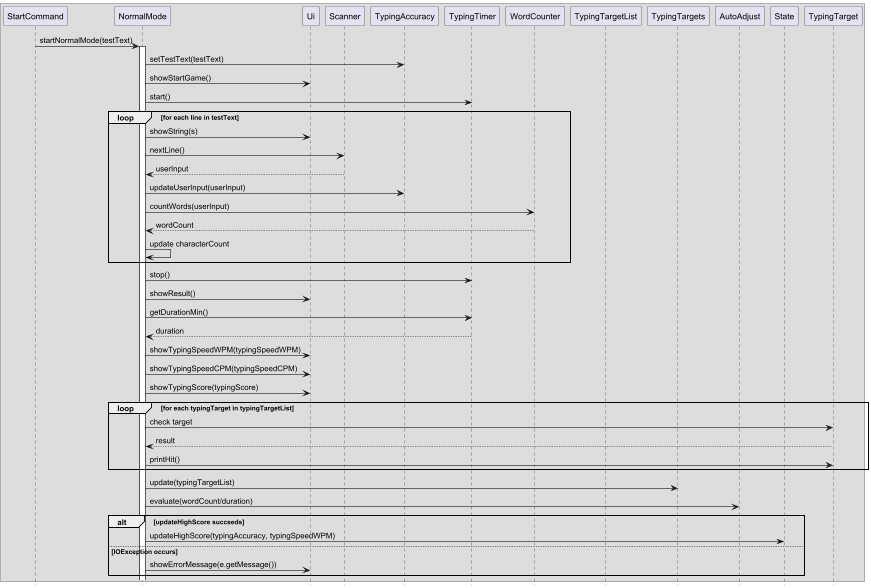
The PlantUML diagram docs/images/SeqDiagramNormalMode.png in AY2425S2-CS2113-F13-2/tp, before a commit.
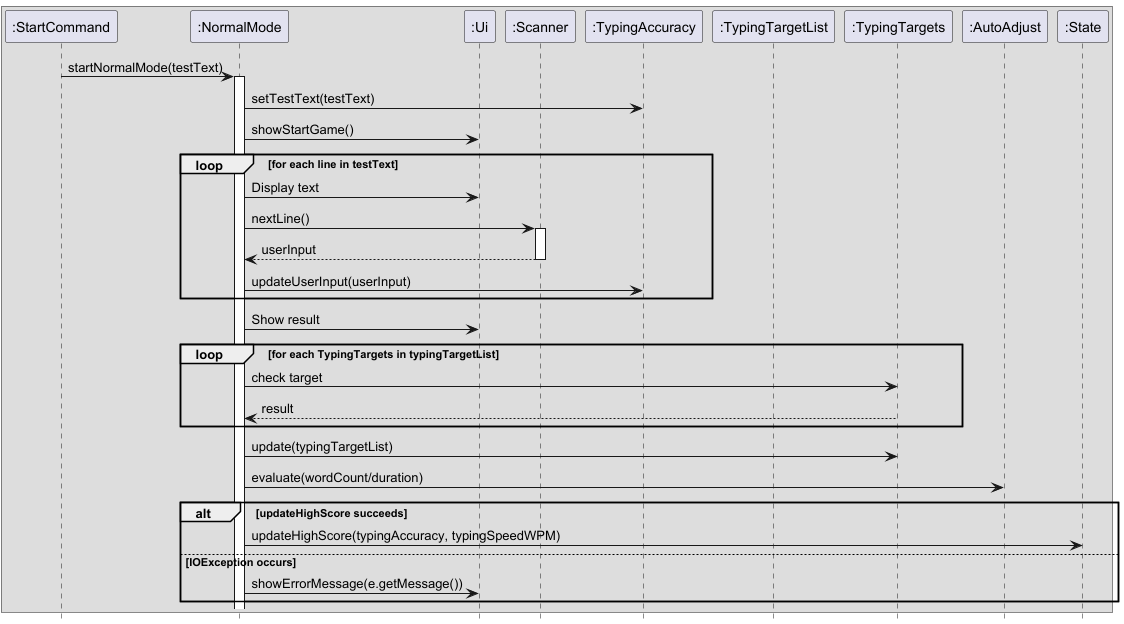
Above is the later version.

Commit message:
added class diagram for Command, simplified sequence diagram, edited the order of implementation part in DG

The edit, as a diff of the source:
```diff
@@ -2,47 +2,35 @@
 hide footbox
 
 box
-participant "StartCommand" as StartCommand
-participant "NormalMode" as NormalMode
-participant "Ui" as Ui
-participant "Scanner" as Scanner
-participant "TypingAccuracy" as TypingAccuracy
-participant "TypingTimer" as TypingTimer
-participant "WordCounter" as WordCounter
-participant "TypingTargetList" as TypingTargetList
-participant "TypingTargets" as TypingTargets
-participant "AutoAdjust" as AutoAdjust
-participant "State" as State
+participant ":StartCommand" as StartCommand
+participant ":NormalMode" as NormalMode
+participant ":Ui" as Ui
+participant ":Scanner" as Scanner
+participant ":TypingAccuracy" as TypingAccuracy
+participant ":TypingTargetList" as TypingTargetList
+participant ":TypingTargets" as TypingTargets
+participant ":AutoAdjust" as AutoAdjust
+participant ":State" as State
 
 StartCommand -> NormalMode : startNormalMode(testText)
 activate NormalMode
 NormalMode -> TypingAccuracy : setTestText(testText)
 NormalMode -> Ui : showStartGame()
-NormalMode -> TypingTimer : start()
 
 loop for each line in testText
-    NormalMode -> Ui : showString(s)
+    NormalMode -> Ui : Display text
     NormalMode -> Scanner : nextLine()
+    activate "Scanner"
     Scanner --> NormalMode : userInput
+    deactivate "Scanner"
     NormalMode -> TypingAccuracy : updateUserInput(userInput)
-    NormalMode -> WordCounter : countWords(userInput)
-    WordCounter --> NormalMode : wordCount
-    NormalMode -> NormalMode : update characterCount
 end
 
-NormalMode -> TypingTimer : stop()
-NormalMode -> Ui : showResult()
-NormalMode -> TypingTimer : getDurationMin()
-TypingTimer --> NormalMode : duration
+NormalMode -> Ui : Show result
 
-NormalMode -> Ui : showTypingSpeedWPM(typingSpeedWPM)
-NormalMode -> Ui : showTypingSpeedCPM(typingSpeedCPM)
-NormalMode -> Ui : showTypingScore(typingScore)
-
-loop for each typingTarget in typingTargetList
-    NormalMode -> TypingTarget : check target
-    TypingTarget --> NormalMode : result
-    NormalMode -> TypingTarget : printHit()
+loop for each TypingTargets in typingTargetList
+    NormalMode -> TypingTargets : check target
+    TypingTargets --> NormalMode : result
 end
 
 NormalMode -> TypingTargets : update(typingTargetList)
```
